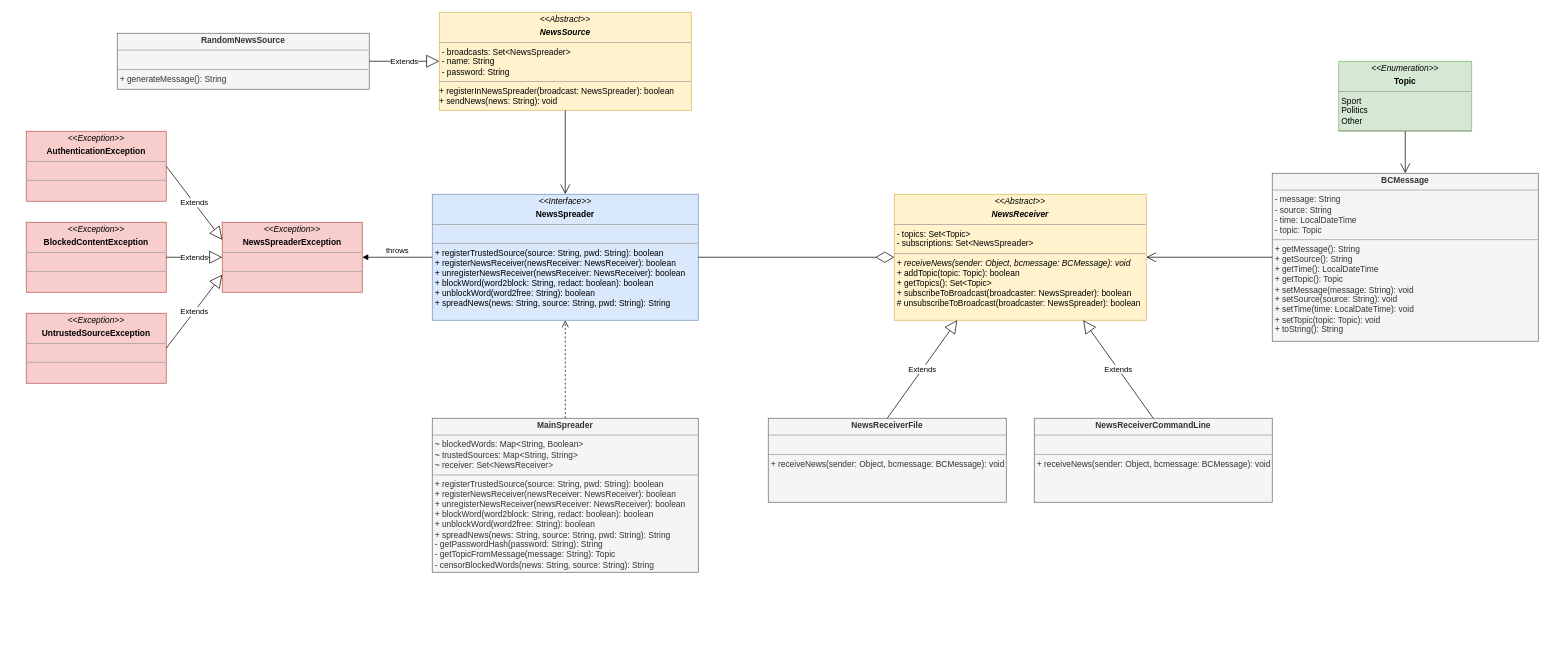
The draw.io diagram doc/observer/img/a6_uml.drawio in Johannes-Baischer/SE-Assignments, before the edit. Source tidied: cells renumbered, new cells numbered last; positions are measured from the earlier drawing's top-left corner, leaving out a move shared by most shapes. Both pictures are drawn from the tidied source at 70%, with x=0, y=0 at pixel (26, 12).
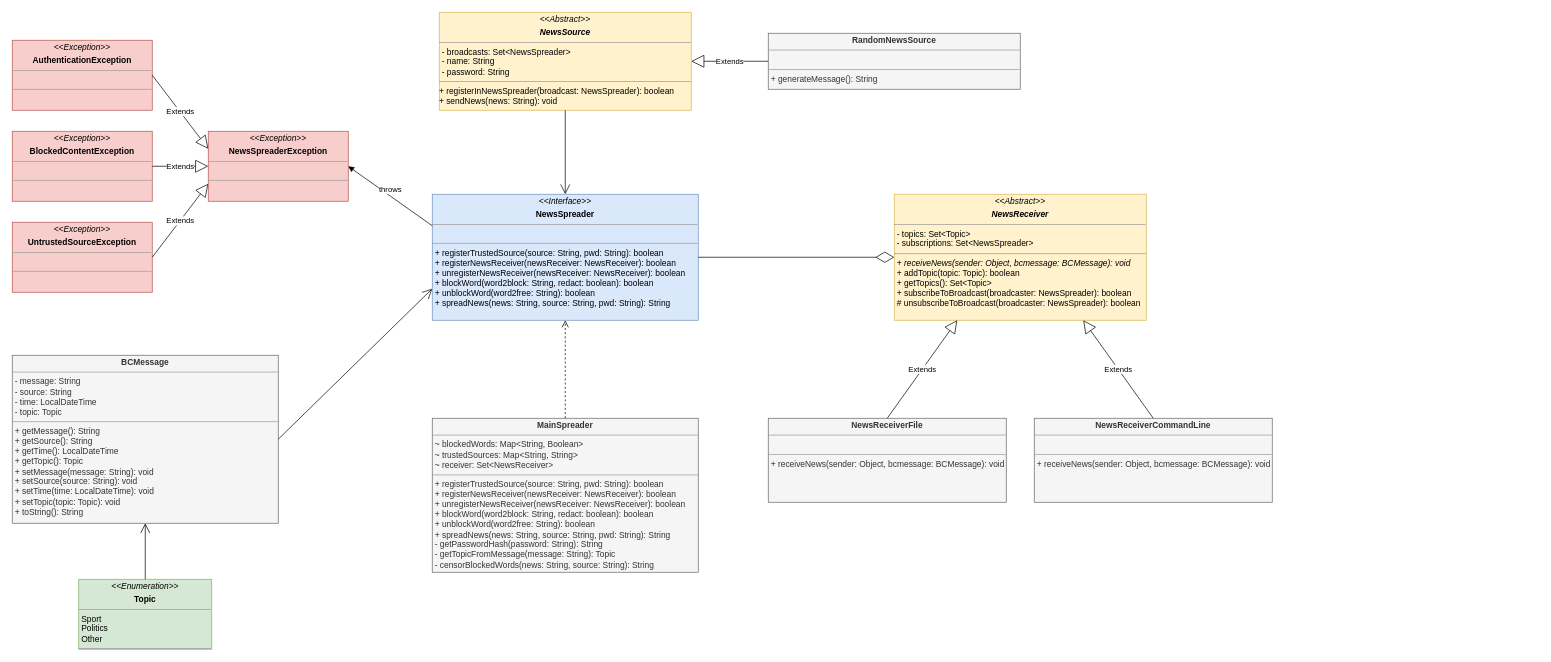
The same page after the edit.

The change refers to these unchanged cells:
```xml
<mxCell id="9" value="&lt;p style=&quot;margin:0px;margin-top:4px;text-align:center;&quot;&gt;&lt;i&gt;&amp;lt;&amp;lt;Abstract&amp;gt;&amp;gt;&lt;br&gt;&lt;/i&gt;&lt;/p&gt;&lt;p style=&quot;margin:0px;margin-top:4px;text-align:center;&quot;&gt;&lt;i&gt;&lt;b&gt;NewsReceiver&lt;/b&gt;&lt;br&gt;&lt;/i&gt;&lt;/p&gt;&lt;hr size=&quot;1&quot;&gt;&lt;p style=&quot;margin:0px;margin-left:4px;&quot;&gt;- topics: Set&amp;lt;Topic&amp;gt;&lt;/p&gt;&lt;p style=&quot;margin:0px;margin-left:4px;&quot;&gt;- subscriptions: Set&amp;lt;NewsSpreader&amp;gt;&lt;br&gt;&lt;/p&gt;&lt;hr size=&quot;1&quot;&gt;&lt;p style=&quot;margin:0px;margin-left:4px;&quot;&gt;+ &lt;i&gt;receiveNews(sender: Object, bcmessage: BCMessage): void&lt;br&gt;&lt;/i&gt;&lt;/p&gt;&lt;p style=&quot;margin:0px;margin-left:4px;&quot;&gt;+ addTopic(topic: Topic): boolean&lt;/p&gt;&lt;p style=&quot;margin:0px;margin-left:4px;&quot;&gt;+ getTopics(): Set&amp;lt;Topic&amp;gt;&lt;/p&gt;&lt;p style=&quot;margin:0px;margin-left:4px;&quot;&gt;+ subscribeToBroadcast(broadcaster: NewsSpreader): boolean&lt;/p&gt;&lt;p style=&quot;margin:0px;margin-left:4px;&quot;&gt;# unsubscribeToBroadcast(broadcaster: NewsSpreader): boolean&lt;br&gt;&lt;/p&gt;" style="verticalAlign=top;align=left;overflow=fill;fontSize=12;fontFamily=Helvetica;html=1;fillColor=#fff2cc;strokeColor=#d6b656;" parent="1" vertex="1">
  <mxGeometry x="1240" y="260" width="360" height="180" as="geometry" />
</mxCell>
<mxCell id="14" value="&lt;p style=&quot;margin:0px;margin-top:4px;text-align:center;&quot;&gt;&lt;i&gt;&amp;lt;&amp;lt;Interface&amp;gt;&amp;gt;&lt;/i&gt;&lt;/p&gt;&lt;p style=&quot;margin:0px;margin-top:4px;text-align:center;&quot;&gt;&lt;b&gt;NewsSpreader&lt;/b&gt;&lt;br&gt;&lt;/p&gt;&lt;hr size=&quot;1&quot;&gt;&lt;p style=&quot;margin:0px;margin-left:4px;&quot;&gt;&lt;br&gt;&lt;/p&gt;&lt;hr size=&quot;1&quot;&gt;&lt;p style=&quot;margin:0px;margin-left:4px;&quot;&gt;+ registerTrustedSource(source: String, pwd: String): boolean&lt;br&gt;&lt;/p&gt;&lt;p style=&quot;margin:0px;margin-left:4px;&quot;&gt;+ registerNewsReceiver(newsReceiver: NewsReceiver): boolean&lt;br&gt;&lt;/p&gt;&lt;p style=&quot;margin:0px;margin-left:4px;&quot;&gt;+ &lt;span class=&quot;pl-en&quot;&gt;&lt;span data-hydro-click=&quot;{&amp;quot;event_type&amp;quot;:&amp;quot;code_navigation.click_on_symbol&amp;quot;,&amp;quot;payload&amp;quot;:{&amp;quot;action&amp;quot;:&amp;quot;click_on_symbol&amp;quot;,&amp;quot;repository_id&amp;quot;:570232512,&amp;quot;ref&amp;quot;:&amp;quot;main&amp;quot;,&amp;quot;language&amp;quot;:&amp;quot;Java&amp;quot;,&amp;quot;backend&amp;quot;:&amp;quot;ALEPH_FUZZY&amp;quot;,&amp;quot;code_nav_context&amp;quot;:&amp;quot;BLOB_VIEW&amp;quot;,&amp;quot;retry_backend&amp;quot;:&amp;quot;&amp;quot;,&amp;quot;cross_repo_results_included&amp;quot;:&amp;quot;CROSS_REPO_ENABLED&amp;quot;,&amp;quot;in_repo_result_count&amp;quot;:2,&amp;quot;cross_repo_result_count&amp;quot;:0,&amp;quot;originating_url&amp;quot;:&amp;quot;https://github.com/sweng-plus/a6-res-sew22-s1086240_s1054335/find-definition?q=unregisterNewsReceiver&amp;amp;blob_path=src%2Fmain%2Fjava%2Fobserver%2FNewsSpreader.java&amp;amp;ref=main&amp;amp;language=Java&amp;amp;row=29&amp;amp;col=16&amp;amp;code_nav_context=BLOB_VIEW&amp;quot;,&amp;quot;user_id&amp;quot;:63867211}}&quot; class=&quot;pl-token&quot;&gt;unregisterNewsReceiver&lt;/span&gt;&lt;/span&gt;(newsReceiver: NewsReceiver): boolean&lt;/p&gt;&lt;p style=&quot;margin:0px;margin-left:4px;&quot;&gt;+ blockWord(word2block: String, redact: boolean): boolean&lt;/p&gt;&lt;p style=&quot;margin:0px;margin-left:4px;&quot;&gt;+ unblockWord(word2free: String): boolean&lt;/p&gt;&lt;p style=&quot;margin:0px;margin-left:4px;&quot;&gt;+ spreadNews(news: String, source: String, pwd: String): String&lt;br&gt;&lt;/p&gt;" style="verticalAlign=top;align=left;overflow=fill;fontSize=12;fontFamily=Helvetica;html=1;fillColor=#dae8fc;strokeColor=#6c8ebf;" parent="1" vertex="1">
  <mxGeometry x="580" y="260" width="380" height="180" as="geometry" />
</mxCell>
<mxCell id="19" value="&lt;p style=&quot;margin:0px;margin-top:4px;text-align:center;&quot;&gt;&lt;i&gt;&amp;lt;&amp;lt;Abstract&amp;gt;&amp;gt;&lt;br&gt;&lt;/i&gt;&lt;/p&gt;&lt;p style=&quot;margin:0px;margin-top:4px;text-align:center;&quot;&gt;&lt;i&gt;&lt;b&gt;NewsSource&lt;/b&gt;&lt;br&gt;&lt;/i&gt;&lt;/p&gt;&lt;hr size=&quot;1&quot;&gt;&lt;p style=&quot;margin:0px;margin-left:4px;&quot;&gt;- broadcasts: Set&amp;lt;NewsSpreader&amp;gt;&lt;/p&gt;&lt;p style=&quot;margin:0px;margin-left:4px;&quot;&gt;- name: String&lt;/p&gt;&lt;p style=&quot;margin:0px;margin-left:4px;&quot;&gt;- password: String&lt;br&gt;&lt;/p&gt;&lt;hr size=&quot;1&quot;&gt;&lt;div&gt;+ registerInNewsSpreader(broadcast: NewsSpreader): boolean&lt;/div&gt;&lt;div&gt;+ sendNews(news: String): void&lt;br&gt;&lt;/div&gt;" style="verticalAlign=top;align=left;overflow=fill;fontSize=12;fontFamily=Helvetica;html=1;fillColor=#fff2cc;strokeColor=#d6b656;" parent="1" vertex="1">
  <mxGeometry x="590" width="360" height="140" as="geometry" />
</mxCell>
```

What changed in the source:
```diff
@@
     <mxCell id="2" value="&lt;p style=&quot;margin:0px;margin-top:4px;text-align:center;&quot;&gt;&lt;i&gt;&amp;lt;&amp;lt;Exception&amp;gt;&amp;gt;&lt;/i&gt;&lt;/p&gt;&lt;p style=&quot;margin:0px;margin-top:4px;text-align:center;&quot;&gt;&lt;b&gt;NewsSpreaderException&lt;/b&gt;&lt;br&gt;&lt;/p&gt;&lt;hr size=&quot;1&quot;&gt;&lt;p style=&quot;margin:0px;margin-left:4px;&quot;&gt;&lt;br&gt;&lt;/p&gt;&lt;hr size=&quot;1&quot;&gt;&lt;p style=&quot;margin:0px;margin-left:4px;&quot;&gt;&lt;br&gt;&lt;/p&gt;" style="verticalAlign=top;align=left;overflow=fill;fontSize=12;fontFamily=Helvetica;html=1;fillColor=#f8cecc;strokeColor=#b85450;" parent="1" vertex="1">
-      <mxGeometry x="280" y="300" width="200" height="100" as="geometry" />
+      <mxGeometry x="260" y="170" width="200" height="100" as="geometry" />
     </mxCell>
     <mxCell id="3" value="&lt;p style=&quot;margin:0px;margin-top:4px;text-align:center;&quot;&gt;&lt;i&gt;&amp;lt;&amp;lt;Exception&amp;gt;&amp;gt;&lt;/i&gt;&lt;/p&gt;&lt;p style=&quot;margin:0px;margin-top:4px;text-align:center;&quot;&gt;&lt;b&gt;AuthenticationException&lt;/b&gt;&lt;br&gt;&lt;/p&gt;&lt;hr size=&quot;1&quot;&gt;&lt;p style=&quot;margin:0px;margin-left:4px;&quot;&gt;&lt;br&gt;&lt;/p&gt;&lt;hr size=&quot;1&quot;&gt;&lt;p style=&quot;margin:0px;margin-left:4px;&quot;&gt;&lt;br&gt;&lt;/p&gt;" style="verticalAlign=top;align=left;overflow=fill;fontSize=12;fontFamily=Helvetica;html=1;fillColor=#f8cecc;strokeColor=#b85450;" parent="1" vertex="1">
-      <mxGeometry y="170" width="200" height="100" as="geometry" />
+      <mxGeometry x="-20" y="40" width="200" height="100" as="geometry" />
     </mxCell>
     <mxCell id="4" value="&lt;p style=&quot;margin:0px;margin-top:4px;text-align:center;&quot;&gt;&lt;i&gt;&amp;lt;&amp;lt;Exception&amp;gt;&amp;gt;&lt;/i&gt;&lt;/p&gt;&lt;p style=&quot;margin:0px;margin-top:4px;text-align:center;&quot;&gt;&lt;b&gt;BlockedContentException&lt;/b&gt;&lt;br&gt;&lt;/p&gt;&lt;hr size=&quot;1&quot;&gt;&lt;p style=&quot;margin:0px;margin-left:4px;&quot;&gt;&lt;br&gt;&lt;/p&gt;&lt;hr size=&quot;1&quot;&gt;&lt;p style=&quot;margin:0px;margin-left:4px;&quot;&gt;&lt;br&gt;&lt;/p&gt;" style="verticalAlign=top;align=left;overflow=fill;fontSize=12;fontFamily=Helvetica;html=1;fillColor=#f8cecc;strokeColor=#b85450;" parent="1" vertex="1">
-      <mxGeometry y="300" width="200" height="100" as="geometry" />
+      <mxGeometry x="-20" y="170" width="200" height="100" as="geometry" />
     </mxCell>
     <mxCell id="5" value="&lt;p style=&quot;margin:0px;margin-top:4px;text-align:center;&quot;&gt;&lt;i&gt;&amp;lt;&amp;lt;Exception&amp;gt;&amp;gt;&lt;/i&gt;&lt;/p&gt;&lt;p style=&quot;margin:0px;margin-top:4px;text-align:center;&quot;&gt;&lt;b&gt;UntrustedSourceException&lt;/b&gt;&lt;br&gt;&lt;/p&gt;&lt;hr size=&quot;1&quot;&gt;&lt;p style=&quot;margin:0px;margin-left:4px;&quot;&gt;&lt;br&gt;&lt;/p&gt;&lt;hr size=&quot;1&quot;&gt;&lt;p style=&quot;margin:0px;margin-left:4px;&quot;&gt;&lt;br&gt;&lt;/p&gt;" style="verticalAlign=top;align=left;overflow=fill;fontSize=12;fontFamily=Helvetica;html=1;fillColor=#f8cecc;strokeColor=#b85450;" parent="1" vertex="1">
-      <mxGeometry y="430" width="200" height="100" as="geometry" />
+      <mxGeometry x="-20" y="300" width="200" height="100" as="geometry" />
     </mxCell>
@@
     <mxCell id="17" value="&lt;p style=&quot;margin:0px;margin-top:4px;text-align:center;&quot;&gt;&lt;i&gt;&amp;lt;&amp;lt;Enumeration&amp;gt;&amp;gt;&lt;/i&gt;&lt;b&gt;&lt;br&gt;&lt;/b&gt;&lt;/p&gt;&lt;p style=&quot;margin:0px;margin-top:4px;text-align:center;&quot;&gt;&lt;b&gt;Topic&lt;/b&gt;&lt;br&gt;&lt;b&gt;&lt;/b&gt;&lt;/p&gt;&lt;hr size=&quot;1&quot;&gt;&lt;p style=&quot;margin:0px;margin-left:4px;&quot;&gt;Sport&lt;/p&gt;&lt;p style=&quot;margin:0px;margin-left:4px;&quot;&gt;Politics&lt;/p&gt;&lt;p style=&quot;margin:0px;margin-left:4px;&quot;&gt;Other&lt;br&gt;&lt;/p&gt;&lt;hr size=&quot;1&quot;&gt;" style="verticalAlign=top;align=left;overflow=fill;fontSize=12;fontFamily=Helvetica;html=1;fillColor=#d5e8d4;strokeColor=#82b366;" parent="1" vertex="1">
-      <mxGeometry x="1875" y="70" width="190" height="100" as="geometry" />
+      <mxGeometry x="75" y="810" width="190" height="100" as="geometry" />
     </mxCell>
     <mxCell id="18" value="&lt;p style=&quot;margin:0px;margin-top:4px;text-align:center;&quot;&gt;&lt;b&gt;BCMessage&lt;/b&gt;&lt;/p&gt;&lt;hr size=&quot;1&quot;&gt;&lt;p style=&quot;margin:0px;margin-left:4px;&quot;&gt;- message: String&lt;/p&gt;&lt;p style=&quot;margin:0px;margin-left:4px;&quot;&gt;- source: String&lt;/p&gt;&lt;p style=&quot;margin:0px;margin-left:4px;&quot;&gt;- time: LocalDateTime&lt;/p&gt;&lt;p style=&quot;margin:0px;margin-left:4px;&quot;&gt;- topic: Topic&lt;br&gt;&lt;/p&gt;&lt;hr size=&quot;1&quot;&gt;&lt;p style=&quot;margin:0px;margin-left:4px;&quot;&gt;+ getMessage(): String&lt;/p&gt;&lt;p style=&quot;margin:0px;margin-left:4px;&quot;&gt;+ getSource(): String&lt;/p&gt;&lt;p style=&quot;margin:0px;margin-left:4px;&quot;&gt;+ getTime(): LocalDateTime&lt;/p&gt;&lt;p style=&quot;margin:0px;margin-left:4px;&quot;&gt;+ getTopic(): Topic&lt;/p&gt;&lt;p style=&quot;margin:0px;margin-left:4px;&quot;&gt;+ setMessage(message: String): void&lt;/p&gt;&lt;p style=&quot;margin:0px;margin-left:4px;&quot;&gt;+ setSource(source: String): void&lt;/p&gt;&lt;p style=&quot;margin:0px;margin-left:4px;&quot;&gt;+ setTime(time: LocalDateTime): void&lt;/p&gt;&lt;p style=&quot;margin:0px;margin-left:4px;&quot;&gt;+ setTopic(topic: Topic): void&lt;/p&gt;&lt;p style=&quot;margin:0px;margin-left:4px;&quot;&gt;+ toString(): String&lt;br&gt;&lt;/p&gt;" style="verticalAlign=top;align=left;overflow=fill;fontSize=12;fontFamily=Helvetica;html=1;fillColor=#f5f5f5;fontColor=#333333;strokeColor=#666666;" parent="1" vertex="1">
-      <mxGeometry x="1780" y="230" width="380" height="240" as="geometry" />
+      <mxGeometry x="-20" y="490" width="380" height="240" as="geometry" />
     </mxCell>
@@
     <mxCell id="20" value="&lt;p style=&quot;margin:0px;margin-top:4px;text-align:center;&quot;&gt;&lt;b&gt;RandomNewsSource&lt;/b&gt;&lt;/p&gt;&lt;hr size=&quot;1&quot;&gt;&lt;p style=&quot;margin:0px;margin-left:4px;&quot;&gt;&lt;br&gt;&lt;/p&gt;&lt;hr size=&quot;1&quot;&gt;&lt;p style=&quot;margin:0px;margin-left:4px;&quot;&gt;+ generateMessage(): String&lt;br&gt;&lt;/p&gt;" style="verticalAlign=top;align=left;overflow=fill;fontSize=12;fontFamily=Helvetica;html=1;fillColor=#f5f5f5;fontColor=#333333;strokeColor=#666666;" parent="1" vertex="1">
-      <mxGeometry x="130" y="30" width="360" height="80" as="geometry" />
+      <mxGeometry x="1060" y="30" width="360" height="80" as="geometry" />
     </mxCell>
-    <mxCell id="21" value="Extends" style="endArrow=block;endSize=16;endFill=0;html=1;rounded=0;exitX=1;exitY=0.5;exitDx=0;exitDy=0;entryX=0;entryY=0.5;entryDx=0;entryDy=0;" parent="1" edge="1" source="20" target="19">
+    <mxCell id="21" value="Extends" style="endArrow=block;endSize=16;endFill=0;html=1;rounded=0;exitX=0;exitY=0.5;exitDx=0;exitDy=0;" parent="1" edge="1" source="20" target="19">
       <mxGeometry relative="1" as="geometry" />
     </mxCell>
@@
-    <mxCell id="23" style="endArrow=open;endFill=1;endSize=12;html=1;rounded=0;exitX=0.5;exitY=1;exitDx=0;exitDy=0;entryX=0.5;entryY=0;entryDx=0;entryDy=0;" parent="1" edge="1" source="17" target="18">
+    <mxCell id="23" style="endArrow=open;endFill=1;endSize=12;html=1;rounded=0;exitX=0.5;exitY=0;exitDx=0;exitDy=0;entryX=0.5;entryY=1;entryDx=0;entryDy=0;" parent="1" edge="1" source="17" target="18">
       <mxGeometry relative="1" as="geometry" />
     </mxCell>
-    <mxCell id="24" value="throws" style="html=1;verticalAlign=bottom;endArrow=block;rounded=0;exitX=0;exitY=0.5;exitDx=0;exitDy=0;entryX=1;entryY=0.5;entryDx=0;entryDy=0;" parent="1" edge="1" source="14" target="2">
+    <mxCell id="24" value="throws" style="html=1;verticalAlign=bottom;endArrow=block;rounded=0;exitX=0;exitY=0.25;exitDx=0;exitDy=0;entryX=1;entryY=0.5;entryDx=0;entryDy=0;" parent="1" edge="1" source="14" target="2">
       <mxGeometry relative="1" as="geometry" />
     </mxCell>
@@
-    <mxCell id="26" style="endArrow=open;endFill=1;endSize=12;html=1;rounded=0;entryX=1;entryY=0.5;entryDx=0;entryDy=0;exitX=0;exitY=0.5;exitDx=0;exitDy=0;" parent="1" edge="1" source="18" target="9">
+    <mxCell id="26" style="endArrow=open;endFill=1;endSize=12;html=1;rounded=0;entryX=0;entryY=0.75;entryDx=0;entryDy=0;exitX=1;exitY=0.5;exitDx=0;exitDy=0;" parent="1" edge="1" source="18" target="14">
       <mxGeometry relative="1" as="geometry" />
     </mxCell>
```
